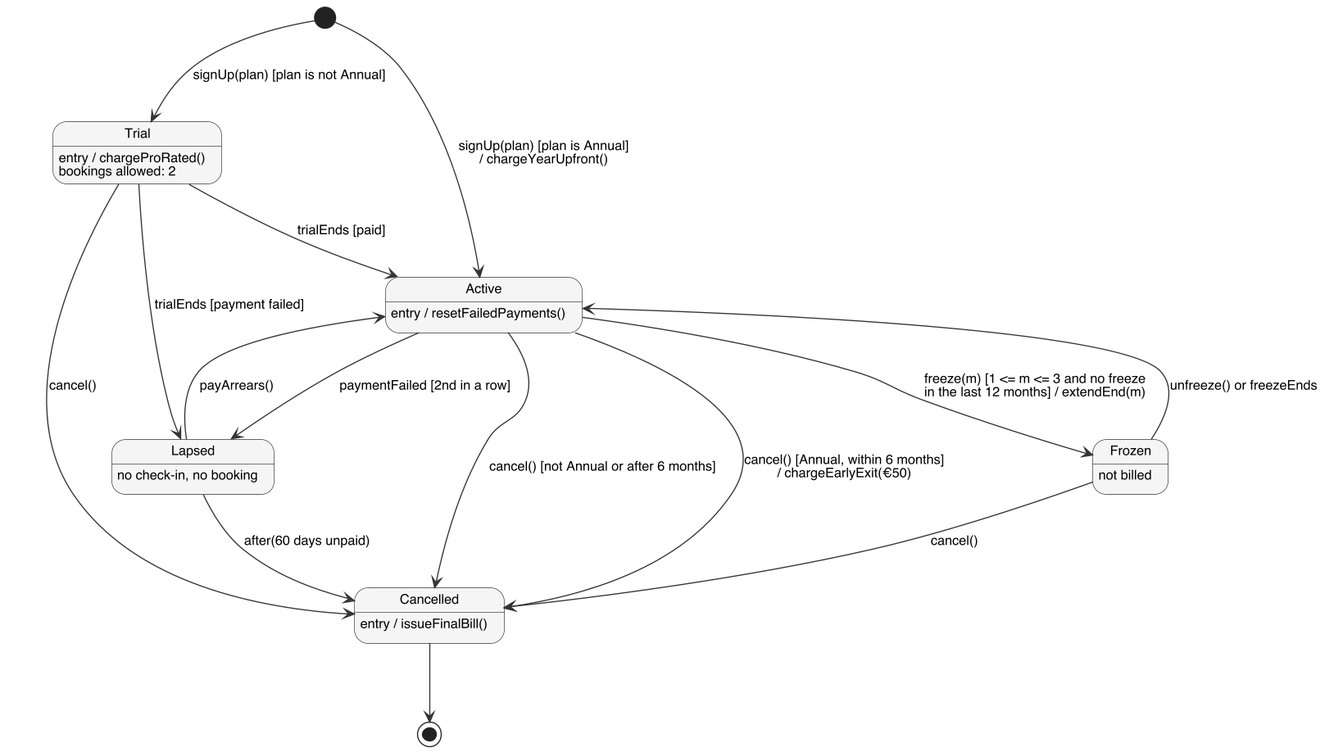
This is report/analysis/membership-statechart.png from CS6451-Advanced-Software-Design/Gym-Membership, a PlantUML export, as it was before one commit. Source of this version:
```plantuml
@startuml
!include common.iuml
skinparam state {
  BackgroundColor #F5F5F5
  BorderColor #333333
}
skinparam nodesep 70
skinparam ranksep 70

state Trial : entry / chargeProRated()\nbookings allowed: 2
state Active : entry / resetFailedPayments()
state Frozen : not billed
state Lapsed : no check-in, no booking
state Cancelled : entry / issueFinalBill()

[*] --> Trial : signUp(plan) [plan is not Annual]
[*] --> Active : signUp(plan) [plan is Annual]\n/ chargeYearUpfront()

Trial --> Active : trialEnds [paid]
Trial --> Lapsed : trialEnds [payment failed]
Trial --> Cancelled : cancel()

Active --> Frozen : freeze(m) [1 <= m <= 3 and no freeze\nin the last 12 months] / extendEnd(m)
Frozen --> Active : unfreeze() or freezeEnds
Active --> Lapsed : paymentFailed [2nd in a row]
Lapsed --> Active : payArrears()

Active --> Cancelled : cancel() [not Annual or after 6 months]
Active --> Cancelled : cancel() [Annual, within 6 months]\n/ chargeEarlyExit(€50)
Frozen --> Cancelled : cancel()
Lapsed --> Cancelled : after(60 days unpaid)

Cancelled --> [*]
@enduml
```
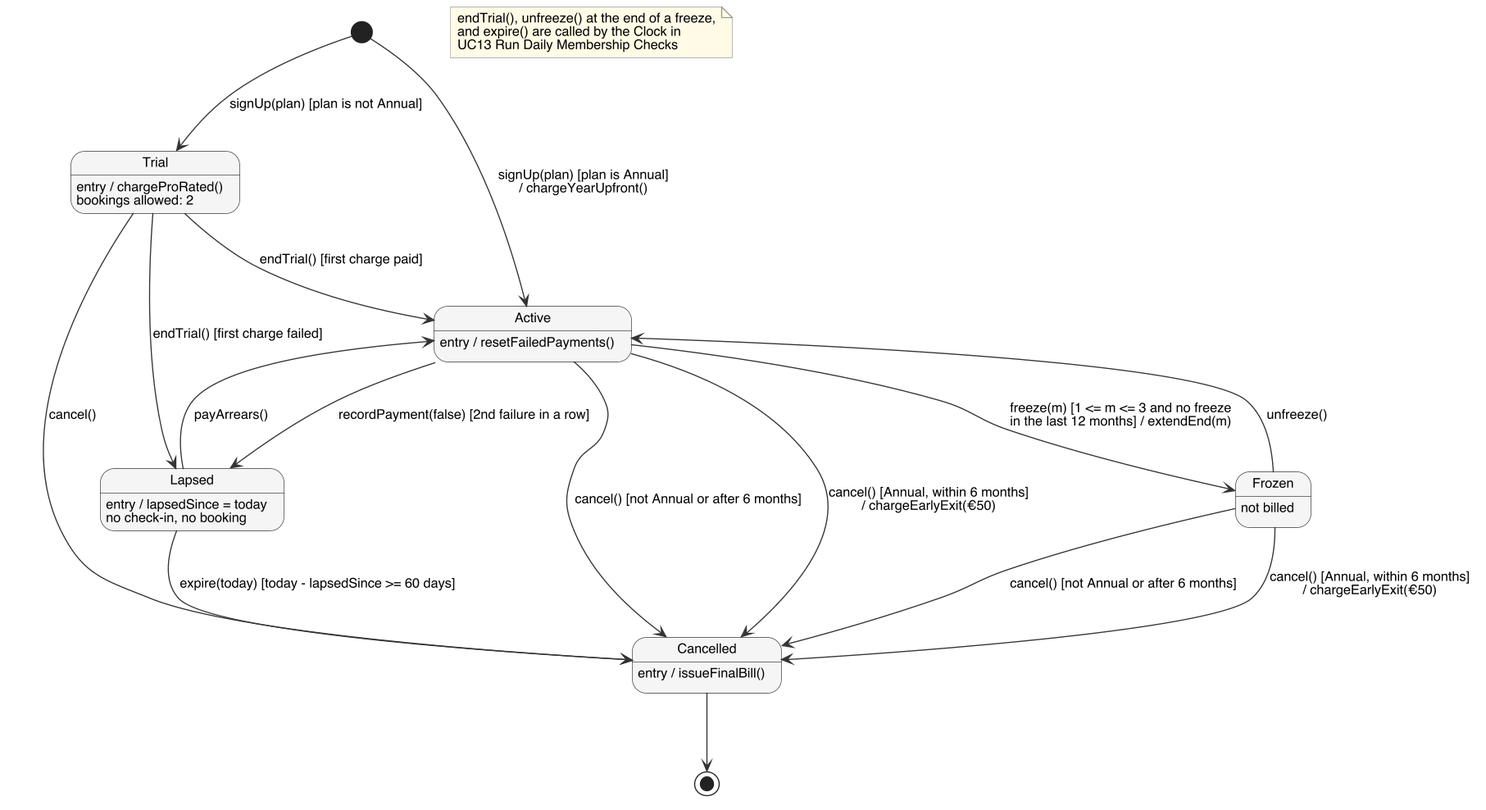
The same file after the commit.

Commit message:
docs: name state chart events after Membership operations and close the early-exit gap

Each event is now an operation in the class diagram, so the State
pattern has one method per transition. Cancelling a frozen Annual
plan within 6 months now pays the BR-M5 fee, as it does from Active.
Lapsed records lapsedSince so the BR-M6 timeout can be checked.

What changed in the source:
```diff
@@ -1,5 +1,5 @@
 @startuml
-!include common.iuml
+!include ../common.iuml
 skinparam state {
   BackgroundColor #F5F5F5
   BorderColor #333333
@@ -10,25 +10,28 @@
 state Trial : entry / chargeProRated()\nbookings allowed: 2
 state Active : entry / resetFailedPayments()
 state Frozen : not billed
-state Lapsed : no check-in, no booking
+state Lapsed : entry / lapsedSince = today\nno check-in, no booking
 state Cancelled : entry / issueFinalBill()
 
 [*] --> Trial : signUp(plan) [plan is not Annual]
 [*] --> Active : signUp(plan) [plan is Annual]\n/ chargeYearUpfront()
 
-Trial --> Active : trialEnds [paid]
-Trial --> Lapsed : trialEnds [payment failed]
+Trial --> Active : endTrial() [first charge paid]
+Trial --> Lapsed : endTrial() [first charge failed]
 Trial --> Cancelled : cancel()
 
 Active --> Frozen : freeze(m) [1 <= m <= 3 and no freeze\nin the last 12 months] / extendEnd(m)
-Frozen --> Active : unfreeze() or freezeEnds
-Active --> Lapsed : paymentFailed [2nd in a row]
+Frozen --> Active : unfreeze()
+Active --> Lapsed : recordPayment(false) [2nd failure in a row]
 Lapsed --> Active : payArrears()
 
 Active --> Cancelled : cancel() [not Annual or after 6 months]
 Active --> Cancelled : cancel() [Annual, within 6 months]\n/ chargeEarlyExit(€50)
-Frozen --> Cancelled : cancel()
-Lapsed --> Cancelled : after(60 days unpaid)
+Frozen --> Cancelled : cancel() [not Annual or after 6 months]
+Frozen --> Cancelled : cancel() [Annual, within 6 months]\n/ chargeEarlyExit(€50)
+Lapsed --> Cancelled : expire(today) [today - lapsedSince >= 60 days]
 
 Cancelled --> [*]
+
+note "endTrial(), unfreeze() at the end of a freeze,\nand expire() are called by the Clock in\nUC13 Run Daily Membership Checks" as N
 @enduml
```
